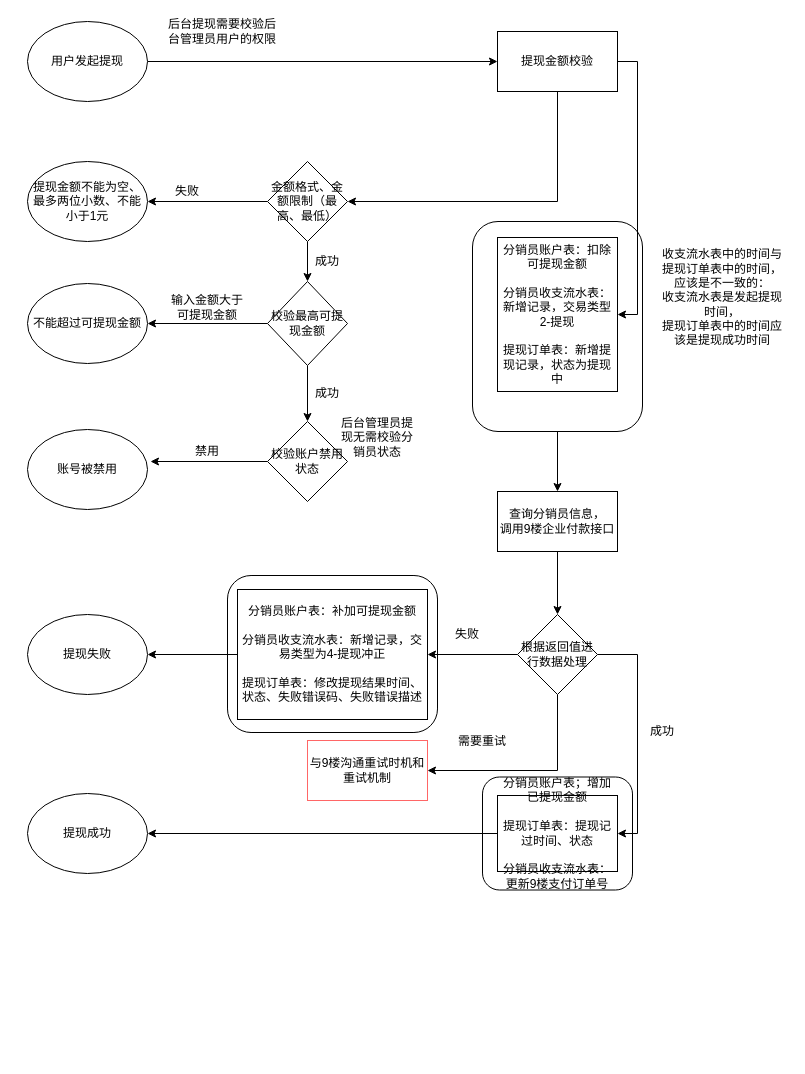
Above: 杨妈二期分销员模块-提现流程图.drawio in dingchengyungit/drawio (draw.io), before the change. Source tidied: cells renumbered, new cells numbered last; positions are measured from the earlier drawing's top-left corner, leaving out a move shared by most shapes. Both pictures are drawn from the tidied source at 100%, with x=0, y=0 at pixel (27, 21).
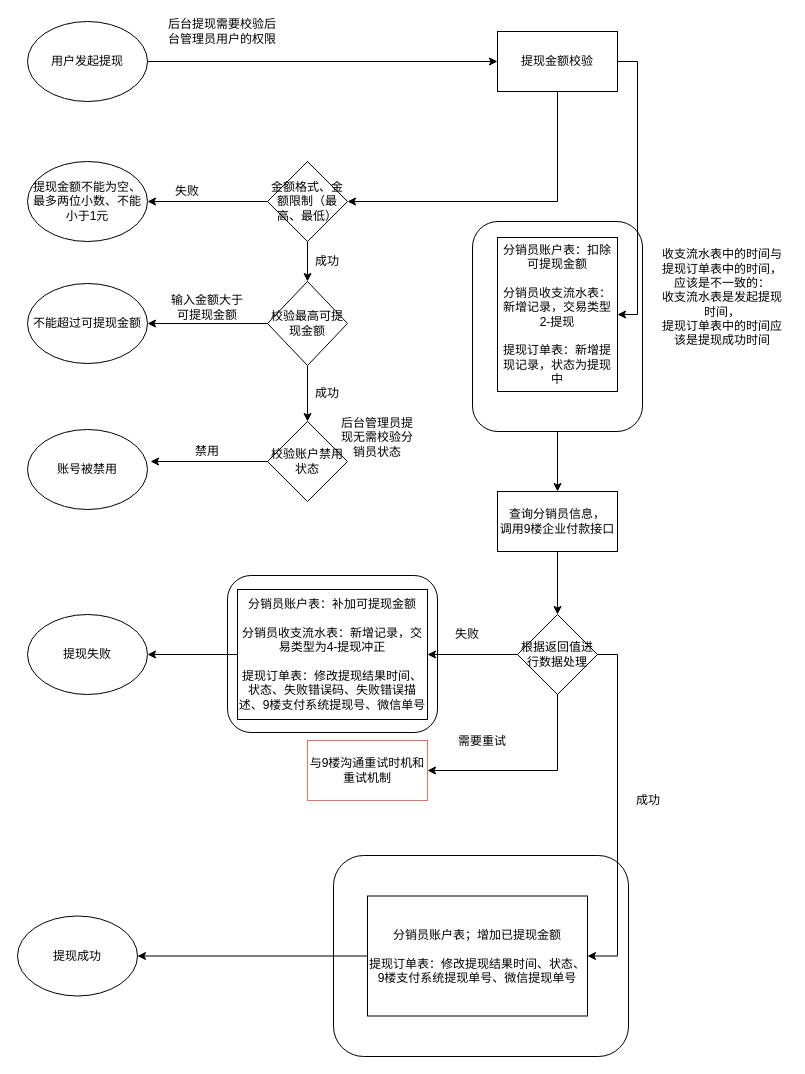
Above is the later version.

Commit message:
更新杨妈二期分销员模块-提现流程图.drawio

What changed in the source:
```diff
@@
     <mxCell id="2" style="rounded=1;whiteSpace=wrap;html=1;" parent="1" vertex="1">
-      <mxGeometry x="455" y="755.5" width="150" height="113" as="geometry" />
+      <mxGeometry x="306" y="834" width="295" height="201" as="geometry" />
     </mxCell>
@@
-    <mxCell id="35" value="分销员账户表：补加可提现金额&lt;br&gt;&lt;br&gt;分销员收支流水表：新增记录，交易类型为4-提现冲正&lt;br&gt;&lt;br&gt;提现订单表：修改提现结果时间、状态、失败错误码、失败错误描述" style="rounded=0;whiteSpace=wrap;html=1;" parent="1" vertex="1">
+    <mxCell id="35" value="分销员账户表：补加可提现金额&lt;br&gt;&lt;br&gt;分销员收支流水表：新增记录，交易类型为4-提现冲正&lt;br&gt;&lt;br&gt;提现订单表：修改提现结果时间、状态、失败错误码、失败错误描述、9楼支付系统提现号、微信单号" style="rounded=0;whiteSpace=wrap;html=1;" parent="1" vertex="1">
       <mxGeometry x="210" y="568" width="190" height="130" as="geometry" />
     </mxCell>
@@
-    <mxCell id="38" value="分销员账户表；增加已提现金额&lt;br&gt;&lt;br&gt;提现订单表：提现记过时间、状态&lt;br&gt;&lt;br&gt;分销员收支流水表：更新9楼支付订单号" style="rounded=0;whiteSpace=wrap;html=1;" parent="1" vertex="1">
-      <mxGeometry x="470" y="774" width="120" height="76" as="geometry" />
+    <mxCell id="38" value="分销员账户表；增加已提现金额&lt;br&gt;&lt;br&gt;提现订单表：修改提现结果时间、状态、9楼支付系统提现单号、微信提现单号" style="rounded=0;whiteSpace=wrap;html=1;" parent="1" vertex="1">
+      <mxGeometry x="340" y="874.5" width="220" height="120" as="geometry" />
     </mxCell>
@@
     <mxCell id="41" value="成功" style="text;html=1;strokeColor=none;fillColor=none;align=center;verticalAlign=middle;whiteSpace=wrap;rounded=0;" parent="1" vertex="1">
-      <mxGeometry x="615" y="700" width="40" height="20" as="geometry" />
+      <mxGeometry x="601" y="769" width="40" height="20" as="geometry" />
     </mxCell>
     <mxCell id="42" value="提现成功" style="ellipse;whiteSpace=wrap;html=1;strokeColor=#000000;" parent="1" vertex="1">
-      <mxGeometry y="772" width="120" height="80" as="geometry" />
+      <mxGeometry x="-10" y="894.5" width="120" height="80" as="geometry" />
     </mxCell>
```
